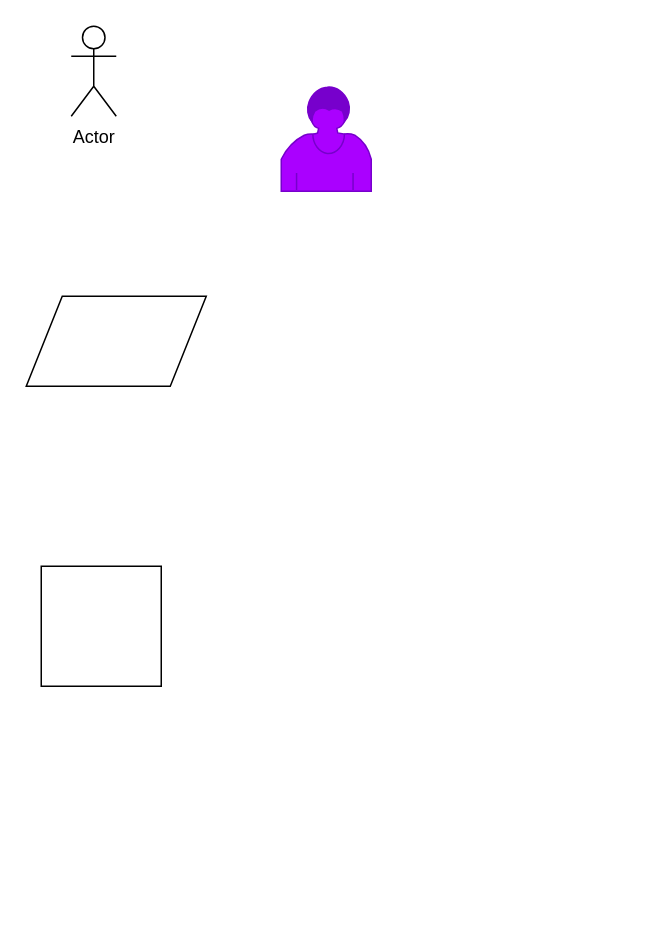
Before: MISC/text.drawio in CheeseBreadIsGood/Operations, a draw.io diagram. Source tidied: cells renumbered, new cells numbered last; positions are measured from the earlier drawing's top-left corner, leaving out a move shared by most shapes. Both pictures are drawn from the tidied source at 150%, with x=0, y=0 at pixel (26, 26).
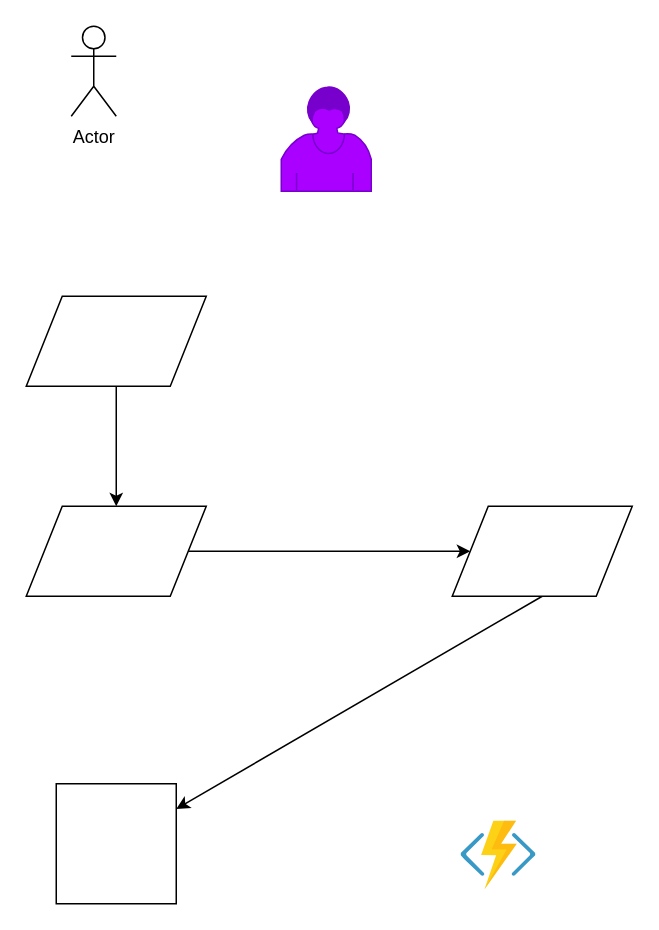
After the change.

What changed in the source:
```diff
@@
 <mxGraphModel>
   <root>
     <mxCell id="0" />
     <mxCell id="1" parent="0" />
+    <mxCell id="6" style="edgeStyle=orthogonalEdgeStyle;rounded=0;jettySize=auto;html=1;" parent="1" edge="1" source="2" target="8">
+      <mxGeometry relative="1" as="geometry" />
+    </mxCell>
     <mxCell id="2" style="shape=parallelogram;perimeter=parallelogramPerimeter;whiteSpace=wrap;html=1;" parent="1" vertex="1">
       <mxGeometry y="180" width="120" height="60" as="geometry" />
     </mxCell>
+    <mxCell id="7" style="edgeStyle=orthogonalEdgeStyle;rounded=0;jettySize=auto;html=1;" parent="1" edge="1" source="8" target="10">
+      <mxGeometry relative="1" as="geometry" />
+    </mxCell>
+    <mxCell id="8" style="shape=parallelogram;perimeter=parallelogramPerimeter;whiteSpace=wrap;html=1;" parent="1" vertex="1">
+      <mxGeometry y="320" width="120" height="60" as="geometry" />
+    </mxCell>
+    <mxCell id="9" style="rounded=0;jettySize=auto;html=1;exitX=0.5;exitY=1;exitDx=0;exitDy=0;" parent="1" edge="1" source="10" target="3">
+      <mxGeometry relative="1" as="geometry" />
+    </mxCell>
+    <mxCell id="10" style="shape=parallelogram;perimeter=parallelogramPerimeter;whiteSpace=wrap;html=1;" parent="1" vertex="1">
+      <mxGeometry x="284" y="320" width="120" height="60" as="geometry" />
+    </mxCell>
     <mxCell id="3" style="whiteSpace=wrap;html=1;" parent="1" vertex="1">
-      <mxGeometry x="10" y="360" width="80" height="80" as="geometry" />
+      <mxGeometry x="20" y="505" width="80" height="80" as="geometry" />
     </mxCell>
     <mxCell id="4" value="Actor" style="shape=umlActor;verticalLabelPosition=bottom;labelBackgroundColor=#ffffff;verticalAlign=top;html=1;" parent="1" vertex="1">
       <mxGeometry x="30" width="30" height="60" as="geometry" />
     </mxCell>
     <mxCell id="5" style="shape=mxgraph.bpmn.user_task;html=1;fillColor=#aa00ff;strokeColor=#7700CC;fontColor=#ffffff;" parent="1" vertex="1">
       <mxGeometry x="170" y="40" width="60" height="70" as="geometry" />
     </mxCell>
+    <mxCell id="11" style="html=1;align=center;image;fontSize=12;image=img/lib/mscae/Functions.svg;" parent="1" vertex="1">
+      <mxGeometry x="290" y="530" width="50" height="46" as="geometry" />
+    </mxCell>
   </root>
 </mxGraphModel>
```
